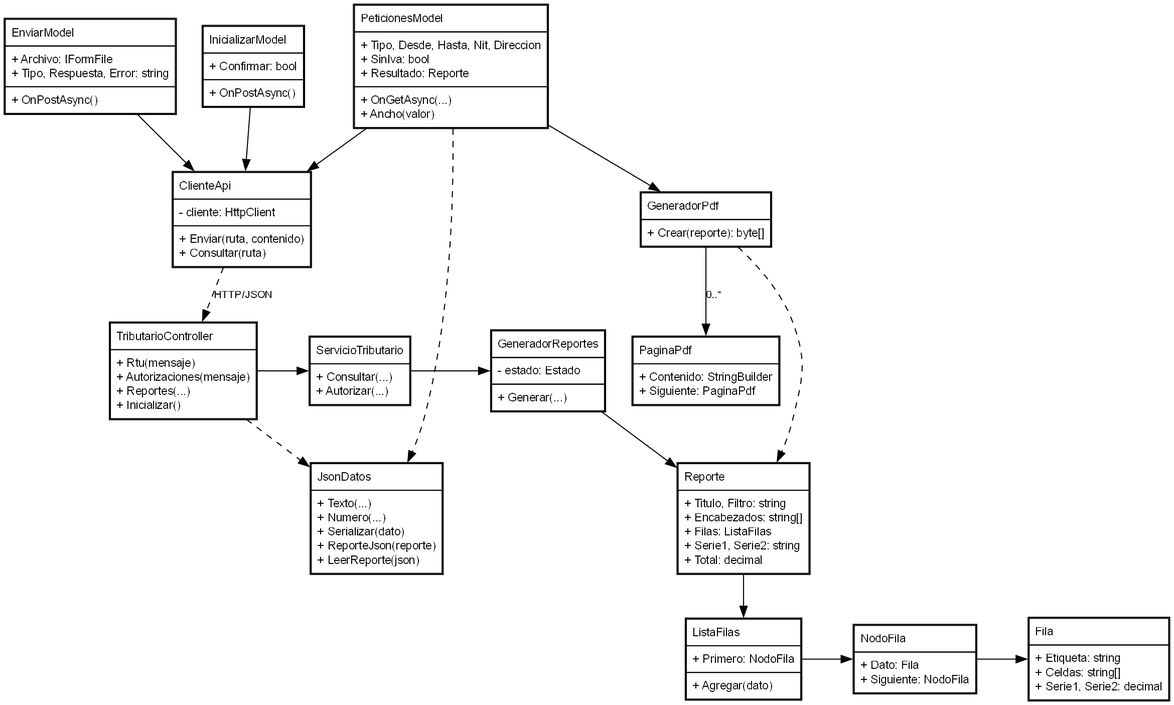
Above: documentacion/diagramas/clases-web.png in AngelRuizUsac/IPC2_Proy03_202602_202505232 (Graphviz), before the change. Its source is kept beside it as documentacion/diagramas/clases-web.dot. Its diagram source:
```dot
digraph G {
graph [rankdir=TB, nodesep=0.35, ranksep=0.55]; node [shape=plain,fontname="Arial",fontsize=11]; edge [fontname="Arial",fontsize=10];
Controlador [label=<<TABLE BORDER="1" CELLBORDER="1" CELLSPACING="0" CELLPADDING="5"><TR><TD ALIGN="LEFT">TributarioController</TD></TR><TR><TD ALIGN="LEFT">+ Rtu(mensaje)<BR ALIGN="LEFT"/>+ Autorizaciones(mensaje)<BR ALIGN="LEFT"/>+ Reportes(...)<BR ALIGN="LEFT"/>+ Inicializar()<BR ALIGN="LEFT"/></TD></TR></TABLE>>];
Servicio [label=<<TABLE BORDER="1" CELLBORDER="1" CELLSPACING="0" CELLPADDING="5"><TR><TD ALIGN="LEFT">ServicioTributario</TD></TR><TR><TD ALIGN="LEFT">+ Consultar(...)<BR ALIGN="LEFT"/>+ Autorizar(...)<BR ALIGN="LEFT"/></TD></TR></TABLE>>];
Generador [label=<<TABLE BORDER="1" CELLBORDER="1" CELLSPACING="0" CELLPADDING="5"><TR><TD ALIGN="LEFT">GeneradorReportes</TD></TR><TR><TD ALIGN="LEFT">- estado: Estado<BR ALIGN="LEFT"/></TD></TR><TR><TD ALIGN="LEFT">+ Generar(...)<BR ALIGN="LEFT"/></TD></TR></TABLE>>];
Reporte [label=<<TABLE BORDER="1" CELLBORDER="1" CELLSPACING="0" CELLPADDING="5"><TR><TD ALIGN="LEFT">Reporte</TD></TR><TR><TD ALIGN="LEFT">+ Titulo, Filtro: string<BR ALIGN="LEFT"/>+ Encabezados: string[]<BR ALIGN="LEFT"/>+ Filas: ListaFilas<BR ALIGN="LEFT"/>+ Serie1, Serie2: string<BR ALIGN="LEFT"/>+ Total: decimal<BR ALIGN="LEFT"/></TD></TR></TABLE>>];
ListaFilas [label=<<TABLE BORDER="1" CELLBORDER="1" CELLSPACING="0" CELLPADDING="5"><TR><TD ALIGN="LEFT">ListaFilas</TD></TR><TR><TD ALIGN="LEFT">+ Primero: NodoFila<BR ALIGN="LEFT"/></TD></TR><TR><TD ALIGN="LEFT">+ Agregar(dato)<BR ALIGN="LEFT"/></TD></TR></TABLE>>];
NodoFila [label=<<TABLE BORDER="1" CELLBORDER="1" CELLSPACING="0" CELLPADDING="5"><TR><TD ALIGN="LEFT">NodoFila</TD></TR><TR><TD ALIGN="LEFT">+ Dato: Fila<BR ALIGN="LEFT"/>+ Siguiente: NodoFila<BR ALIGN="LEFT"/></TD></TR></TABLE>>];
Fila [label=<<TABLE BORDER="1" CELLBORDER="1" CELLSPACING="0" CELLPADDING="5"><TR><TD ALIGN="LEFT">Fila</TD></TR><TR><TD ALIGN="LEFT">+ Etiqueta: string<BR ALIGN="LEFT"/>+ Celdas: string[]<BR ALIGN="LEFT"/>+ Serie1, Serie2: decimal<BR ALIGN="LEFT"/></TD></TR></TABLE>>];
Cliente [label=<<TABLE BORDER="1" CELLBORDER="1" CELLSPACING="0" CELLPADDING="5"><TR><TD ALIGN="LEFT">ClienteApi</TD></TR><TR><TD ALIGN="LEFT">- cliente: HttpClient<BR ALIGN="LEFT"/></TD></TR><TR><TD ALIGN="LEFT">+ Enviar(ruta, contenido)<BR ALIGN="LEFT"/>+ Consultar(ruta)<BR ALIGN="LEFT"/></TD></TR></TABLE>>];
Enviar [label=<<TABLE BORDER="1" CELLBORDER="1" CELLSPACING="0" CELLPADDING="5"><TR><TD ALIGN="LEFT">EnviarModel</TD></TR><TR><TD ALIGN="LEFT">+ Archivo: IFormFile<BR ALIGN="LEFT"/>+ Tipo, Respuesta, Error: string<BR ALIGN="LEFT"/></TD></TR><TR><TD ALIGN="LEFT">+ OnPostAsync()<BR ALIGN="LEFT"/></TD></TR></TABLE>>];
Peticiones [label=<<TABLE BORDER="1" CELLBORDER="1" CELLSPACING="0" CELLPADDING="5"><TR><TD ALIGN="LEFT">PeticionesModel</TD></TR><TR><TD ALIGN="LEFT">+ Tipo, Desde, Hasta, Nit, Direccion<BR ALIGN="LEFT"/>+ SinIva: bool<BR ALIGN="LEFT"/>+ Resultado: Reporte<BR ALIGN="LEFT"/></TD></TR><TR><TD ALIGN="LEFT">+ OnGetAsync(...)<BR ALIGN="LEFT"/>+ Ancho(valor)<BR ALIGN="LEFT"/></TD></TR></TABLE>>];
Inicializar [label=<<TABLE BORDER="1" CELLBORDER="1" CELLSPACING="0" CELLPADDING="5"><TR><TD ALIGN="LEFT">InicializarModel</TD></TR><TR><TD ALIGN="LEFT">+ Confirmar: bool<BR ALIGN="LEFT"/></TD></TR><TR><TD ALIGN="LEFT">+ OnPostAsync()<BR ALIGN="LEFT"/></TD></TR></TABLE>>];
Pdf [label=<<TABLE BORDER="1" CELLBORDER="1" CELLSPACING="0" CELLPADDING="5"><TR><TD ALIGN="LEFT">GeneradorPdf</TD></TR><TR><TD ALIGN="LEFT">+ Crear(reporte): byte[]<BR ALIGN="LEFT"/></TD></TR></TABLE>>]; Pagina [label=<<TABLE BORDER="1" CELLBORDER="1" CELLSPACING="0" CELLPADDING="5"><TR><TD ALIGN="LEFT">PaginaPdf</TD></TR><TR><TD ALIGN="LEFT">+ Contenido: StringBuilder<BR ALIGN="LEFT"/>+ Siguiente: PaginaPdf<BR ALIGN="LEFT"/></TD></TR></TABLE>>];
Json [label=<<TABLE BORDER="1" CELLBORDER="1" CELLSPACING="0" CELLPADDING="5"><TR><TD ALIGN="LEFT">JsonDatos</TD></TR><TR><TD ALIGN="LEFT">+ Texto(...)<BR ALIGN="LEFT"/>+ Numero(...)<BR ALIGN="LEFT"/>+ Serializar(dato)<BR ALIGN="LEFT"/>+ ReporteJson(reporte)<BR ALIGN="LEFT"/>+ LeerReporte(json)<BR ALIGN="LEFT"/></TD></TR></TABLE>>];
Enviar -> Cliente; Peticiones -> Cliente; Inicializar -> Cliente; Cliente -> Controlador [style=dashed,label="HTTP/JSON"];
Controlador:e -> Servicio:w; Servicio:e -> Generador:w; Generador -> Reporte;
Reporte -> ListaFilas; ListaFilas:e -> NodoFila:w; NodoFila:e -> Fila:w;
Peticiones -> Pdf; Pdf -> Pagina [label="0..*"]; Pdf -> Reporte [style=dashed];
Peticiones -> Json [style=dashed]; Controlador -> Json [style=dashed];
{rank=same;Controlador;Servicio;Generador;}
{rank=same;ListaFilas;NodoFila;Fila;}
}
```
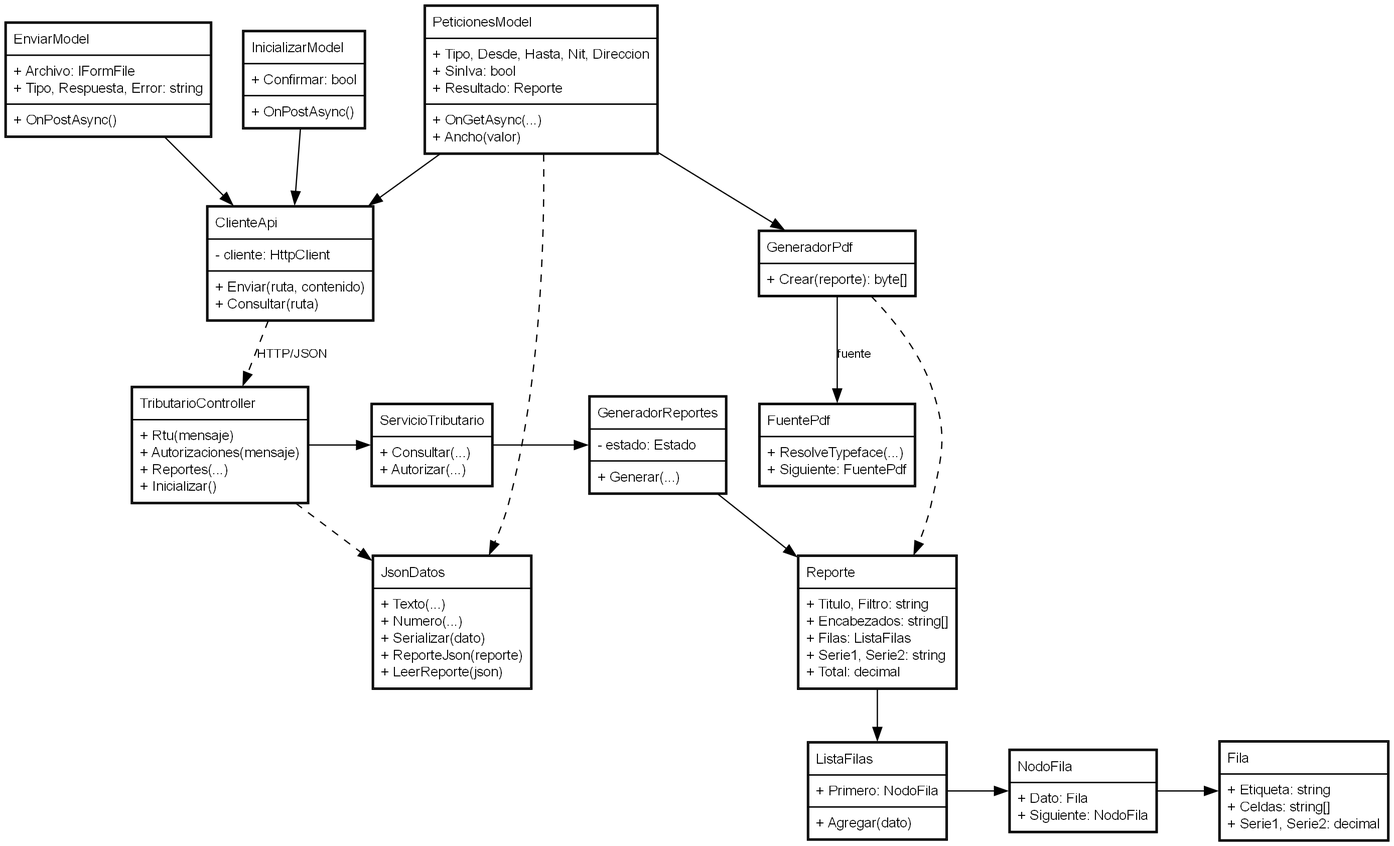
Above is the later version.

What changed in the source:
```diff
@@ -11,12 +11,12 @@
 Enviar [label=<<TABLE BORDER="1" CELLBORDER="1" CELLSPACING="0" CELLPADDING="5"><TR><TD ALIGN="LEFT">EnviarModel</TD></TR><TR><TD ALIGN="LEFT">+ Archivo: IFormFile<BR ALIGN="LEFT"/>+ Tipo, Respuesta, Error: string<BR ALIGN="LEFT"/></TD></TR><TR><TD ALIGN="LEFT">+ OnPostAsync()<BR ALIGN="LEFT"/></TD></TR></TABLE>>];
 Peticiones [label=<<TABLE BORDER="1" CELLBORDER="1" CELLSPACING="0" CELLPADDING="5"><TR><TD ALIGN="LEFT">PeticionesModel</TD></TR><TR><TD ALIGN="LEFT">+ Tipo, Desde, Hasta, Nit, Direccion<BR ALIGN="LEFT"/>+ SinIva: bool<BR ALIGN="LEFT"/>+ Resultado: Reporte<BR ALIGN="LEFT"/></TD></TR><TR><TD ALIGN="LEFT">+ OnGetAsync(...)<BR ALIGN="LEFT"/>+ Ancho(valor)<BR ALIGN="LEFT"/></TD></TR></TABLE>>];
 Inicializar [label=<<TABLE BORDER="1" CELLBORDER="1" CELLSPACING="0" CELLPADDING="5"><TR><TD ALIGN="LEFT">InicializarModel</TD></TR><TR><TD ALIGN="LEFT">+ Confirmar: bool<BR ALIGN="LEFT"/></TD></TR><TR><TD ALIGN="LEFT">+ OnPostAsync()<BR ALIGN="LEFT"/></TD></TR></TABLE>>];
-Pdf [label=<<TABLE BORDER="1" CELLBORDER="1" CELLSPACING="0" CELLPADDING="5"><TR><TD ALIGN="LEFT">GeneradorPdf</TD></TR><TR><TD ALIGN="LEFT">+ Crear(reporte): byte[]<BR ALIGN="LEFT"/></TD></TR></TABLE>>]; Pagina [label=<<TABLE BORDER="1" CELLBORDER="1" CELLSPACING="0" CELLPADDING="5"><TR><TD ALIGN="LEFT">PaginaPdf</TD></TR><TR><TD ALIGN="LEFT">+ Contenido: StringBuilder<BR ALIGN="LEFT"/>+ Siguiente: PaginaPdf<BR ALIGN="LEFT"/></TD></TR></TABLE>>];
+Pdf [label=<<TABLE BORDER="1" CELLBORDER="1" CELLSPACING="0" CELLPADDING="5"><TR><TD ALIGN="LEFT">GeneradorPdf</TD></TR><TR><TD ALIGN="LEFT">+ Crear(reporte): byte[]<BR ALIGN="LEFT"/></TD></TR></TABLE>>]; Pagina [label=<<TABLE BORDER="1" CELLBORDER="1" CELLSPACING="0" CELLPADDING="5"><TR><TD ALIGN="LEFT">FuentePdf</TD></TR><TR><TD ALIGN="LEFT">+ ResolveTypeface(...)<BR ALIGN="LEFT"/>+ Siguiente: FuentePdf<BR ALIGN="LEFT"/></TD></TR></TABLE>>];
 Json [label=<<TABLE BORDER="1" CELLBORDER="1" CELLSPACING="0" CELLPADDING="5"><TR><TD ALIGN="LEFT">JsonDatos</TD></TR><TR><TD ALIGN="LEFT">+ Texto(...)<BR ALIGN="LEFT"/>+ Numero(...)<BR ALIGN="LEFT"/>+ Serializar(dato)<BR ALIGN="LEFT"/>+ ReporteJson(reporte)<BR ALIGN="LEFT"/>+ LeerReporte(json)<BR ALIGN="LEFT"/></TD></TR></TABLE>>];
 Enviar -> Cliente; Peticiones -> Cliente; Inicializar -> Cliente; Cliente -> Controlador [style=dashed,label="HTTP/JSON"];
 Controlador:e -> Servicio:w; Servicio:e -> Generador:w; Generador -> Reporte;
 Reporte -> ListaFilas; ListaFilas:e -> NodoFila:w; NodoFila:e -> Fila:w;
-Peticiones -> Pdf; Pdf -> Pagina [label="0..*"]; Pdf -> Reporte [style=dashed];
+Peticiones -> Pdf; Pdf -> Pagina [label="fuente"]; Pdf -> Reporte [style=dashed];
 Peticiones -> Json [style=dashed]; Controlador -> Json [style=dashed];
 {rank=same;Controlador;Servicio;Generador;}
 {rank=same;ListaFilas;NodoFila;Fila;}
```
